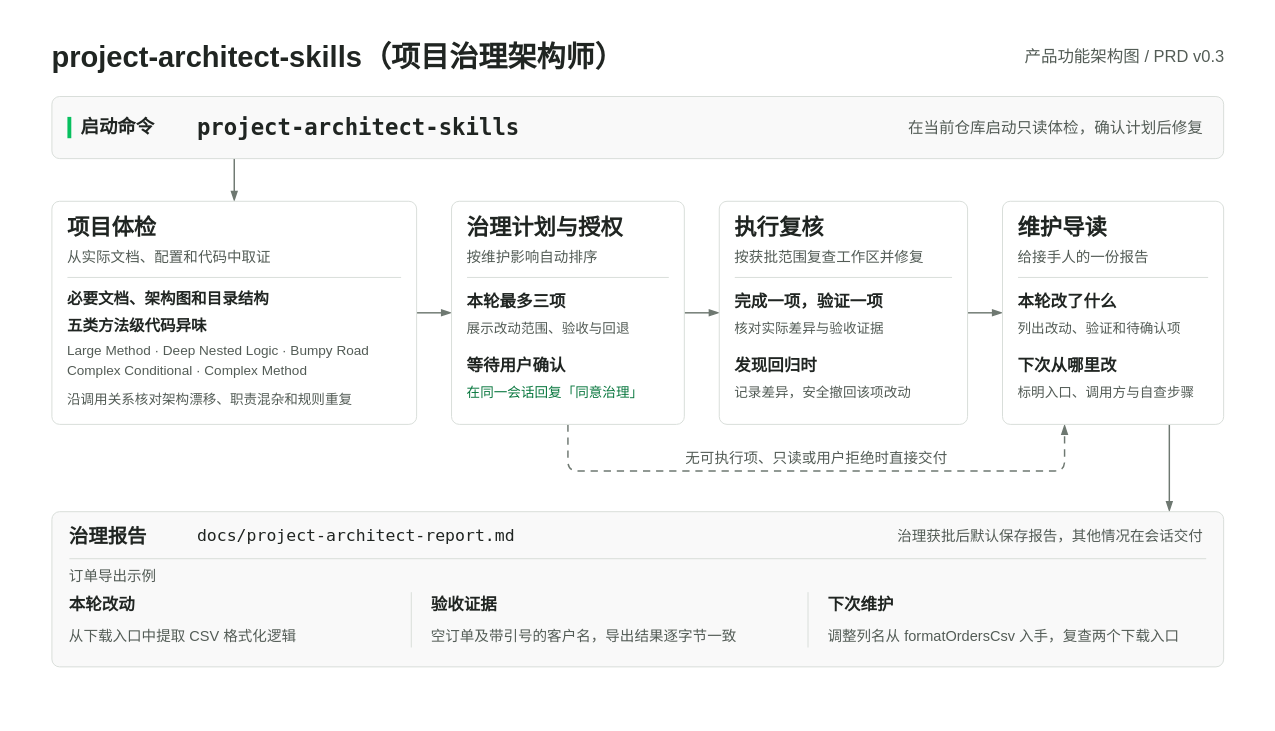
The draw.io diagram docs/diagrams/product-functional-architecture.drawio in cabbage2000-lab/project-architect-skills, before the edit. Source tidied: cells renumbered, new cells numbered last; positions are measured from the earlier drawing's top-left corner, leaving out a move shared by most shapes. Both pictures are drawn from the tidied source at 97%, with x=0, y=0 at pixel (16, 16).
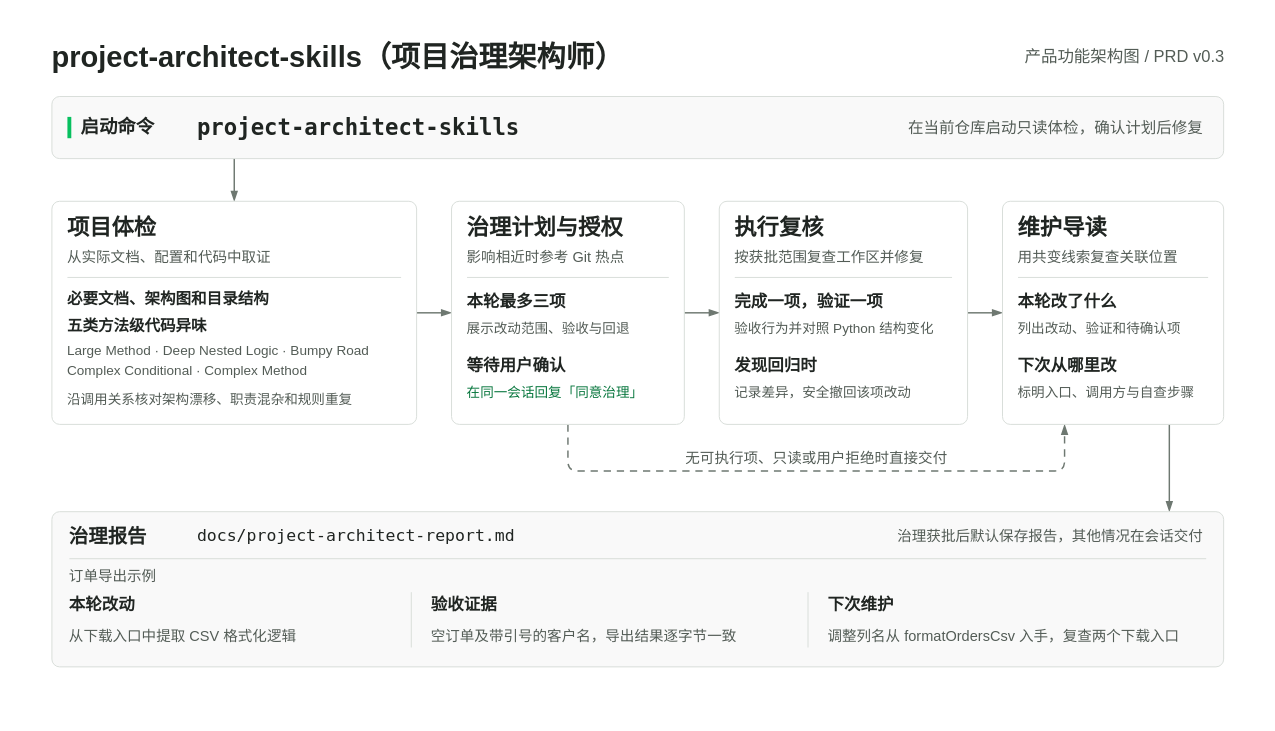
The same page after the edit.

Unchanged cells that the change refers to:
```xml
<mxCell id="25" style="rounded=1;absoluteArcSize=1;arcSize=16;strokeWidth=1;html=1;fillColor=#FFFFFF;strokeColor=#D8DDD9;" parent="2" vertex="1">
  <mxGeometry x="448" y="190" width="240" height="230" as="geometry" />
</mxCell>
<mxCell id="33" style="rounded=1;absoluteArcSize=1;arcSize=16;strokeWidth=1;html=1;fillColor=#FFFFFF;strokeColor=#D8DDD9;" parent="2" vertex="1">
  <mxGeometry x="724" y="190" width="256" height="230" as="geometry" />
</mxCell>
<mxCell id="41" style="rounded=1;absoluteArcSize=1;arcSize=16;strokeWidth=1;html=1;fillColor=#FFFFFF;strokeColor=#D8DDD9;" parent="2" vertex="1">
  <mxGeometry x="1016" y="190" width="228" height="230" as="geometry" />
</mxCell>
```

The edit, as a diff of the source:
```diff
@@
-    <mxCell id="27" value="按维护影响自动排序" style="text;html=1;whiteSpace=nowrap;fillColor=none;strokeColor=none;fontFamily=PingFang SC;fontSize=15;fontColor=#535C56;fontStyle=0;align=left;verticalAlign=middle;spacing=0;spacingTop=0;spacingBottom=0;spacingLeft=0;spacingRight=0;" parent="25" vertex="1">
+    <mxCell id="27" value="影响相近时参考 Git 热点" style="text;html=1;whiteSpace=nowrap;fillColor=none;strokeColor=none;fontFamily=PingFang SC;fontSize=15;fontColor=#535C56;fontStyle=0;align=left;verticalAlign=middle;spacing=0;spacingTop=0;spacingBottom=0;spacingLeft=0;spacingRight=0;" parent="25" vertex="1">
       <mxGeometry x="16" y="46" width="208" height="22" as="geometry" />
     </mxCell>
@@
-    <mxCell id="38" value="核对实际差异与验收证据" style="text;html=1;whiteSpace=nowrap;fillColor=none;strokeColor=none;fontFamily=PingFang SC;fontSize=14;fontColor=#535C56;fontStyle=0;align=left;verticalAlign=middle;spacing=0;spacingTop=0;spacingBottom=0;spacingLeft=0;spacingRight=0;" parent="33" vertex="1">
+    <mxCell id="38" value="验收行为并对照 Python 结构变化" style="text;html=1;whiteSpace=nowrap;fillColor=none;strokeColor=none;fontFamily=PingFang SC;fontSize=14;fontColor=#535C56;fontStyle=0;align=left;verticalAlign=middle;spacing=0;spacingTop=0;spacingBottom=0;spacingLeft=0;spacingRight=0;" parent="33" vertex="1">
       <mxGeometry x="16" y="119" width="224" height="23" as="geometry" />
     </mxCell>
@@
-    <mxCell id="43" value="给接手人的一份报告" style="text;html=1;whiteSpace=nowrap;fillColor=none;strokeColor=none;fontFamily=PingFang SC;fontSize=15;fontColor=#535C56;fontStyle=0;align=left;verticalAlign=middle;spacing=0;spacingTop=0;spacingBottom=0;spacingLeft=0;spacingRight=0;" parent="41" vertex="1">
+    <mxCell id="43" value="用共变线索复查关联位置" style="text;html=1;whiteSpace=nowrap;fillColor=none;strokeColor=none;fontFamily=PingFang SC;fontSize=15;fontColor=#535C56;fontStyle=0;align=left;verticalAlign=middle;spacing=0;spacingTop=0;spacingBottom=0;spacingLeft=0;spacingRight=0;" parent="41" vertex="1">
       <mxGeometry x="16" y="46" width="196" height="22" as="geometry" />
     </mxCell>
```
